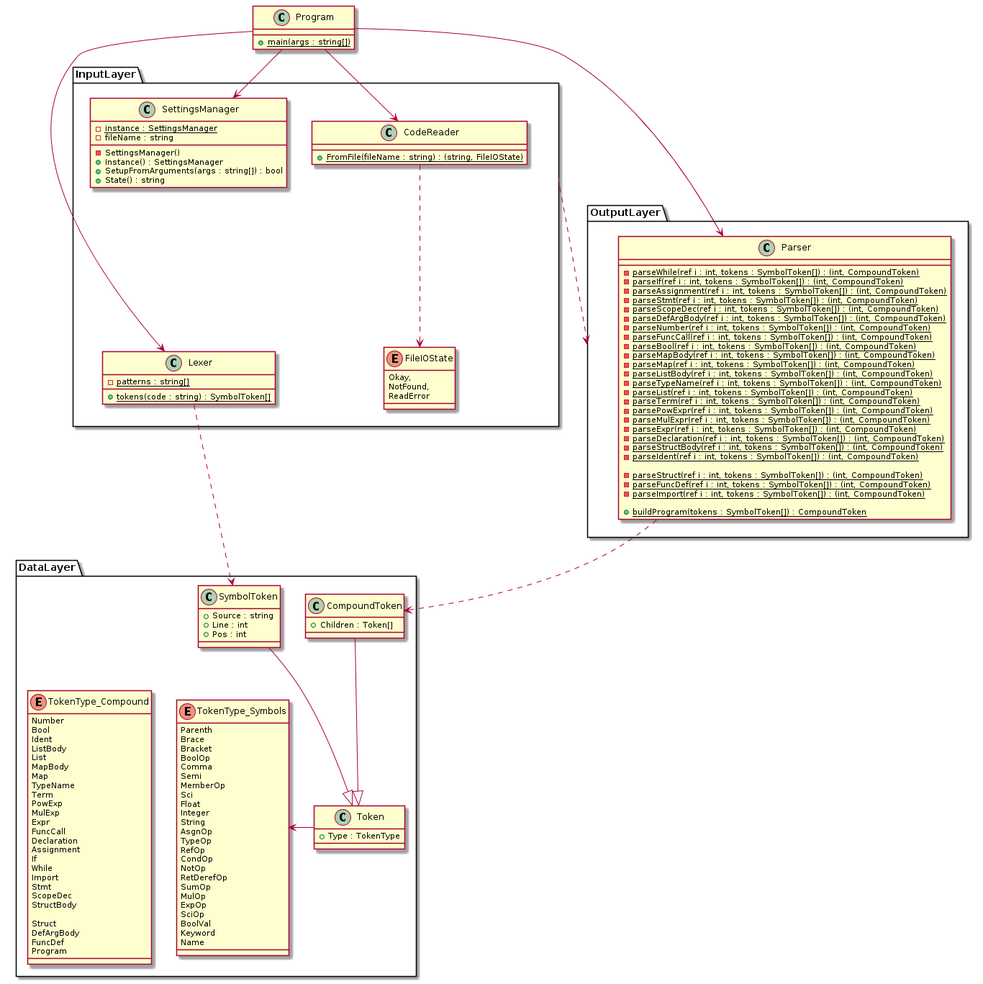
Before: docs/parser-class.png, a diagram exported from PlantUML (blueOkiris/dylan-script).
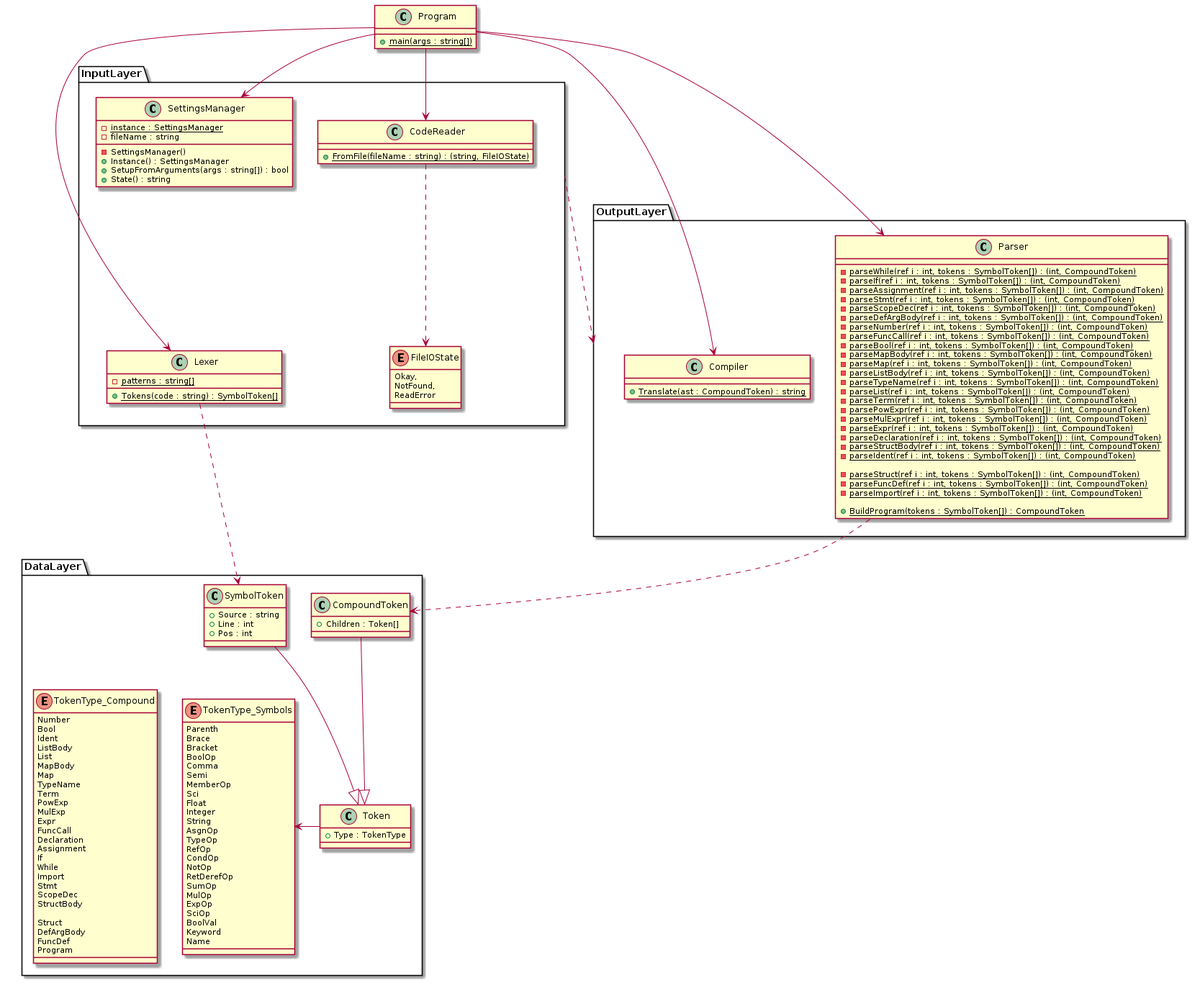
After the commit.

Commit message:
Added a compiler class for converting the ast into a new programming language

What changed in the source:
```diff
@@ -106,7 +106,7 @@
 
     class Lexer {
         - {static} patterns : string[]
-        + {static} tokens(code : string) : SymbolToken[]
+        + {static} Tokens(code : string) : SymbolToken[]
     }
 
     CodeReader .d.> FileIOState
@@ -114,6 +114,10 @@
 }
 
 namespace OutputLayer {
+    class Compiler {
+        + {static} Translate(ast : CompoundToken) : string
+    }
+
     class Parser {
         - {static} parseWhile(ref i : int, tokens : SymbolToken[]) : (int, CompoundToken)
         - {static} parseIf(ref i : int, tokens : SymbolToken[]) : (int, CompoundToken)
@@ -141,7 +145,7 @@
         - {static} parseFuncDef(ref i : int, tokens : SymbolToken[]) : (int, CompoundToken)
         - {static} parseImport(ref i : int, tokens : SymbolToken[]) : (int, CompoundToken)
 
-        + {static} buildProgram(tokens : SymbolToken[]) : CompoundToken
+        + {static} BuildProgram(tokens : SymbolToken[]) : CompoundToken
     }
 }
 
@@ -149,6 +153,7 @@
 Program --> InputLayer.CodeReader
 Program --> InputLayer.Lexer
 Program ---> OutputLayer.Parser
+Program ---> OutputLayer.Compiler
 InputLayer.Lexer .d.> DataLayer.SymbolToken
 OutputLayer.Parser .d.> DataLayer.CompoundToken
 
```
